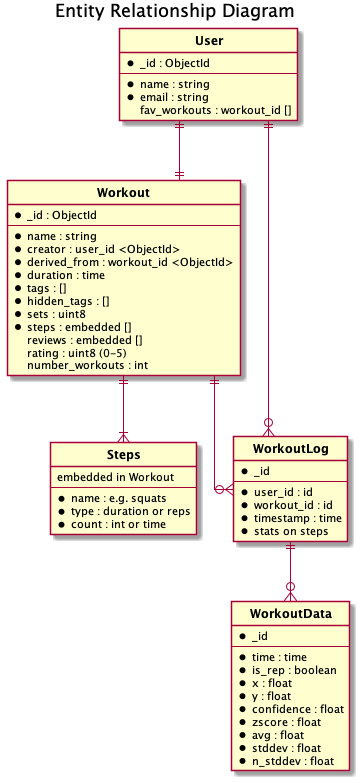
Above: docs/diagrams/out/data_schema.png in wongway/tmp-form-app (PlantUML), before the change.
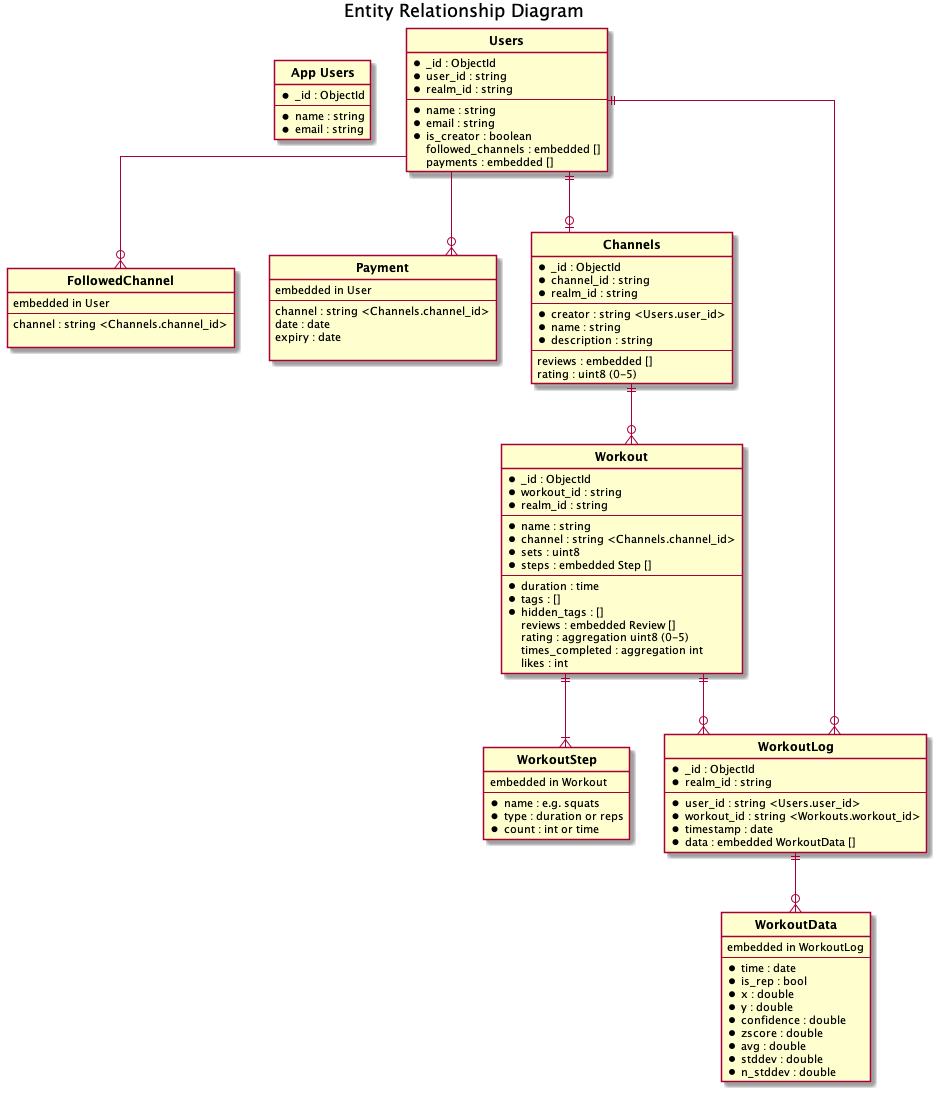
The same file after the commit.

Commit message:
Refactor schemas/relationships for string-based foreign keys

The edit, as a diff of the source:
```diff
@@ -5,31 +5,74 @@
 hide circle
 skinparam linetype ortho
 
-entity "**User**" as User {
+entity "**App Users**" as AppUser {
     * _id : ObjectId
     ---
     * name : string
     * email : string
-    fav_workouts : workout_id []
+}
+
+entity "**Users**" as User {
+    * _id : ObjectId
+    * user_id : string
+    * realm_id : string
+    ---
+    * name : string
+    * email : string
+    * is_creator : boolean
+    followed_channels : embedded []
+    payments : embedded []
+}
+
+entity "**FollowedChannel**" as FollowedChannel {
+    embedded in User
+    ---
+    channel : string <Channels.channel_id>
+
+}
+
+entity "**Payment**" as Payment {
+    embedded in User
+    ---
+    channel : string <Channels.channel_id>
+    date : date
+    expiry : date
+
+}
+
+entity "**Channels**" as Channel {
+    * _id : ObjectId
+    * channel_id : string
+    * realm_id : string
+    ---
+    * creator : string <Users.user_id>
+    * name : string
+    * description : string
+    ---
+    reviews : embedded []
+    rating : uint8 (0-5)
 }
 
 entity "**Workout**" as Workout {
     * _id : ObjectId
+    * workout_id : string
+    * realm_id : string
     ---
     * name : string
-    * creator : user_id <ObjectId>
-    * derived_from : workout_id <ObjectId>
+    * channel : string <Channels.channel_id>
+    * sets : uint8
+    * steps : embedded Step []
+    ---
     * duration : time
     * tags : []
     * hidden_tags : []
-    * sets : uint8
-    * steps : embedded []
-    reviews : embedded []
-    rating : uint8 (0-5)
-    number_workouts : int
+    reviews : embedded Review []
+    rating : aggregation uint8 (0-5)
+    times_completed : aggregation int
+    likes : int
 }
 
-entity "**Steps**" as Steps {
+entity "**WorkoutStep**" as Step {
     embedded in Workout
     ---
     * name : e.g. squats
@@ -38,32 +81,38 @@
 }
 
 entity "**WorkoutLog**" as WorkoutLog {
-    * _id
+    * _id : ObjectId
+    * realm_id : string
     ---
-    * user_id : id
-    * workout_id : id
-    * timestamp : time
-    * stats on steps
+    * user_id : string <Users.user_id>
+    * workout_id : string <Workouts.workout_id>
+    * timestamp : date
+    * data : embedded WorkoutData []
 }
 
 entity "**WorkoutData**" as WorkoutData {
-    * _id
+    embedded in WorkoutLog
     ---
-    * time : time
-    * is_rep : boolean
-    * x : float
-    * y : float
-    * confidence : float
-    * zscore : float
-    * avg : float
-    * stddev : float
-    * n_stddev : float
+    * time : date
+    * is_rep : bool
+    * x : double
+    * y : double
+    * confidence : double
+    * zscore : double
+    * avg : double
+    * stddev : double
+    * n_stddev : double
 }
 
-Workout ||--|{ Steps
+Workout ||--|{ Step
 Workout ||--o{ WorkoutLog
+
 User ||--o{ WorkoutLog
-User ||--|| Workout
+User ||--o| Channel
+User --o{ FollowedChannel
+User --o{ Payment
+
+Channel ||--o{ Workout
 WorkoutLog ||--o{ WorkoutData
 
 @enduml
```
